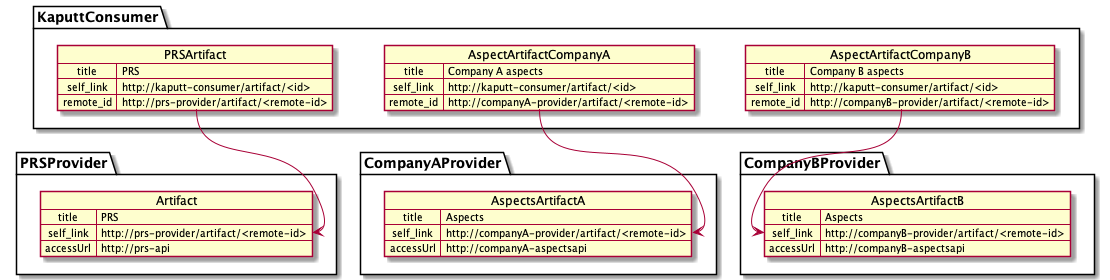
This is documentation/architecture/diagrams/artifacts.png from catenax/tractusx, a PlantUML export, as it was before one commit. Its diagram source:
```plantuml
@startuml

namespace KaputtConsumer {
map PRSArtifact {
 title => PRS
 self_link => http://kaputt-consumer/artifact/<id>
 remote_id => http://prs-provider/artifact/<remote-id>
}

map AspectArtifactCompanyA {
 title => Company A aspects
 self_link => http://kaputt-consumer/artifact/<id>
 remote_id => http://companyA-provider/artifact/<remote-id>
}

map AspectArtifactCompanyB {
 title => Company B aspects
 self_link => http://kaputt-consumer/artifact/<id>
 remote_id => http://companyB-provider/artifact/<remote-id>
}
}

namespace PRSProvider {
map Artifact {
 title => PRS
 self_link => http://prs-provider/artifact/<remote-id>
 accessUrl => http://prs-api
}
}

namespace CompanyAProvider {
map AspectsArtifactA {
 title => Aspects
 self_link => http://companyA-provider/artifact/<remote-id>
 accessUrl => http://companyA-aspectsapi
}
}

namespace CompanyBProvider {
map AspectsArtifactB {
 title => Aspects
 self_link => http://companyB-provider/artifact/<remote-id>
 accessUrl => http://companyB-aspectsapi
}
}

PRSArtifact::remote_id --> Artifact::self_link
AspectArtifactCompanyA::remote_id --> AspectsArtifactA::self_link
AspectArtifactCompanyB::remote_id --> AspectsArtifactB::self_link

@enduml
```
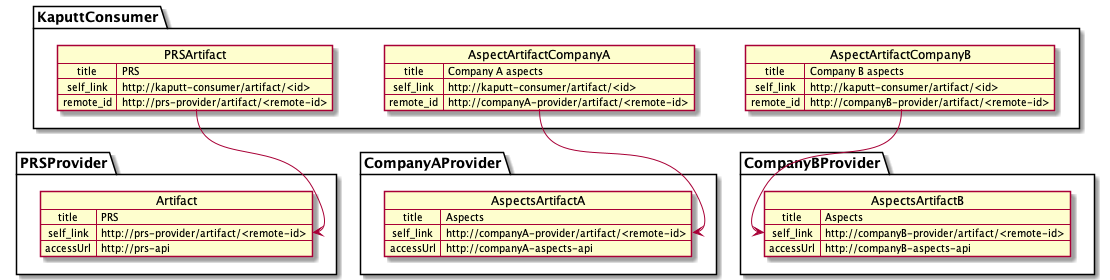
After the change.

Commit message:
Added sequence diagrams.

Diff of the diagram source:
```diff
@@ -32,7 +32,7 @@
 map AspectsArtifactA {
  title => Aspects
  self_link => http://companyA-provider/artifact/<remote-id>
- accessUrl => http://companyA-aspectsapi
+ accessUrl => http://companyA-aspects-api
 }
 }
 
@@ -40,7 +40,7 @@
 map AspectsArtifactB {
  title => Aspects
  self_link => http://companyB-provider/artifact/<remote-id>
- accessUrl => http://companyB-aspectsapi
+ accessUrl => http://companyB-aspects-api
 }
 }
 
```
